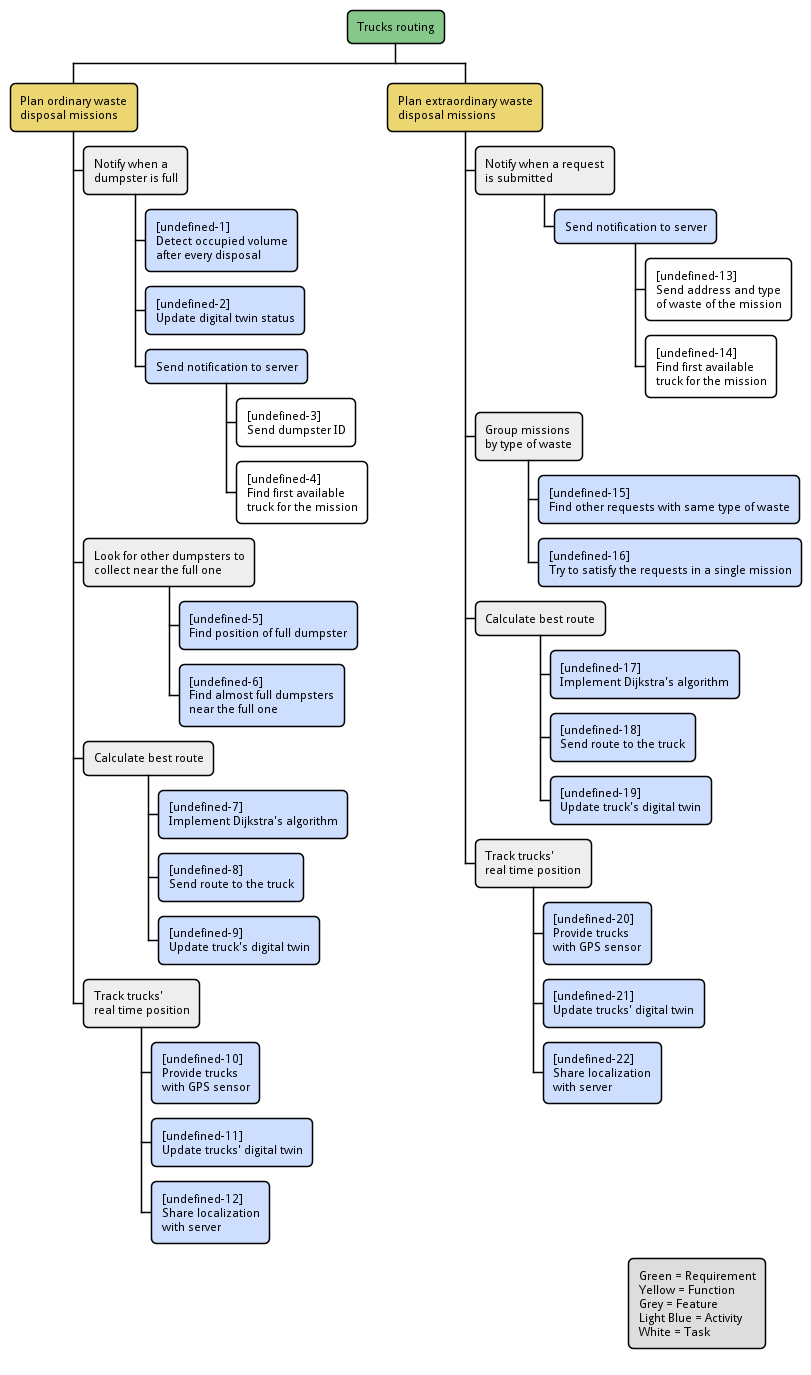
This is img/wbs-trucks-routing.pm.png from SmartWasteCollection/project-management, a PlantUML export, as it was before one commit.
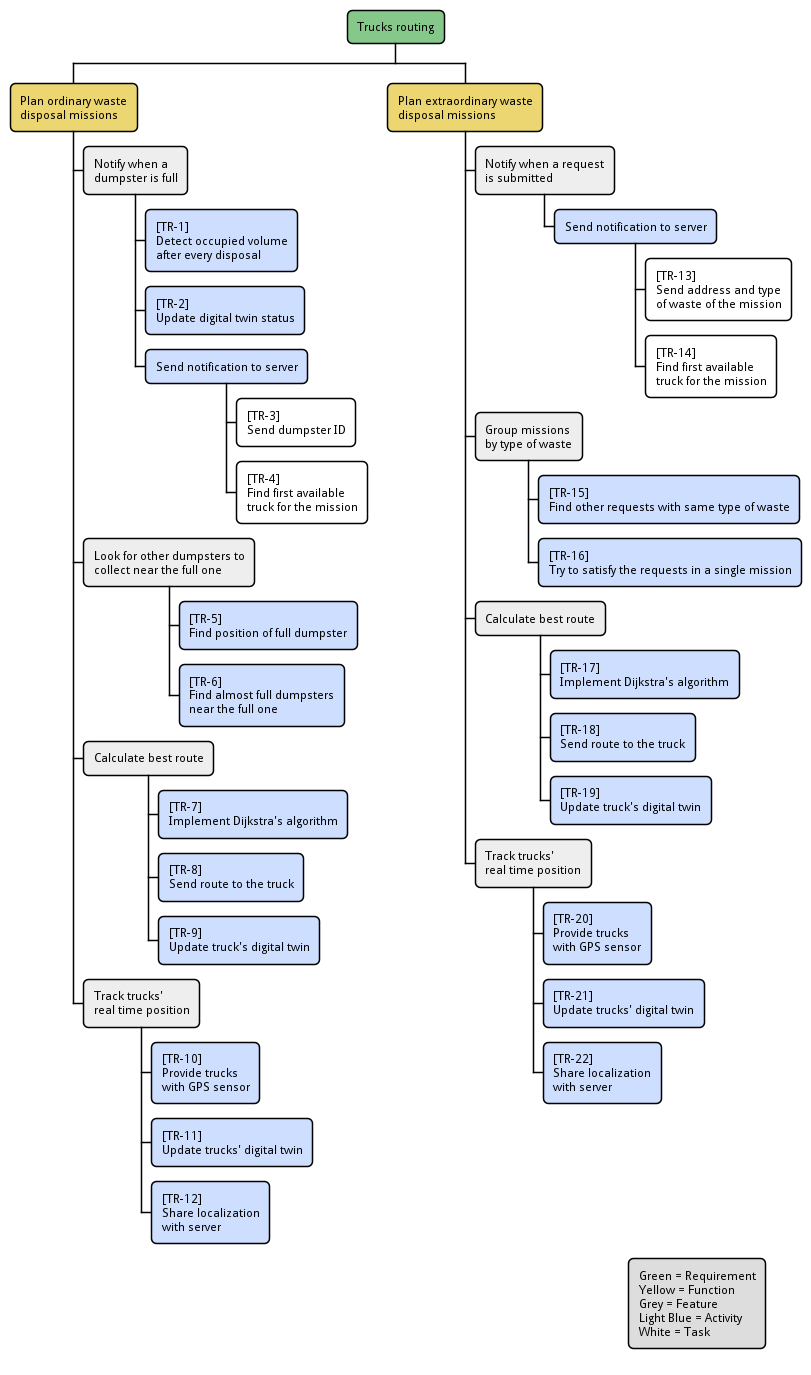
Later version of the same file.

What changed in the source:
```diff
@@ -1,6 +1,6 @@
 @startwbs
 !include ../metamodels/work-breakdown.iuml
-!$title = TR
+!define title TR
 
 requirement(Trucks routing)
 
```
